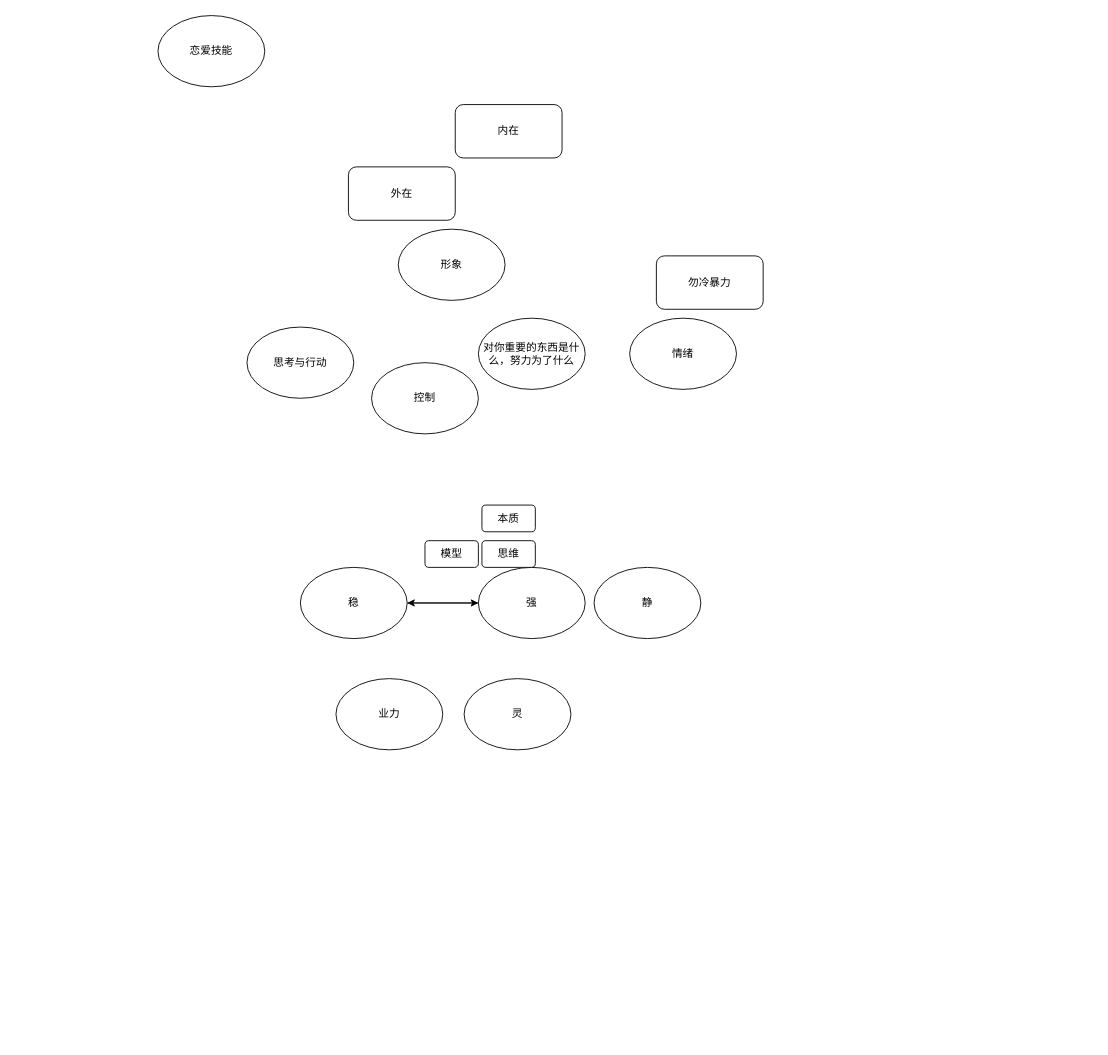
The draw.io diagram menus/第四代模型.drawio in Asamiyaa/microservice-k8s-yun, before the edit. Source tidied: cells renumbered, new cells numbered last; positions are measured from the earlier drawing's top-left corner, leaving out a move shared by most shapes. Both pictures are drawn from the tidied source at 89%, with x=0, y=0 at pixel (158, 15).
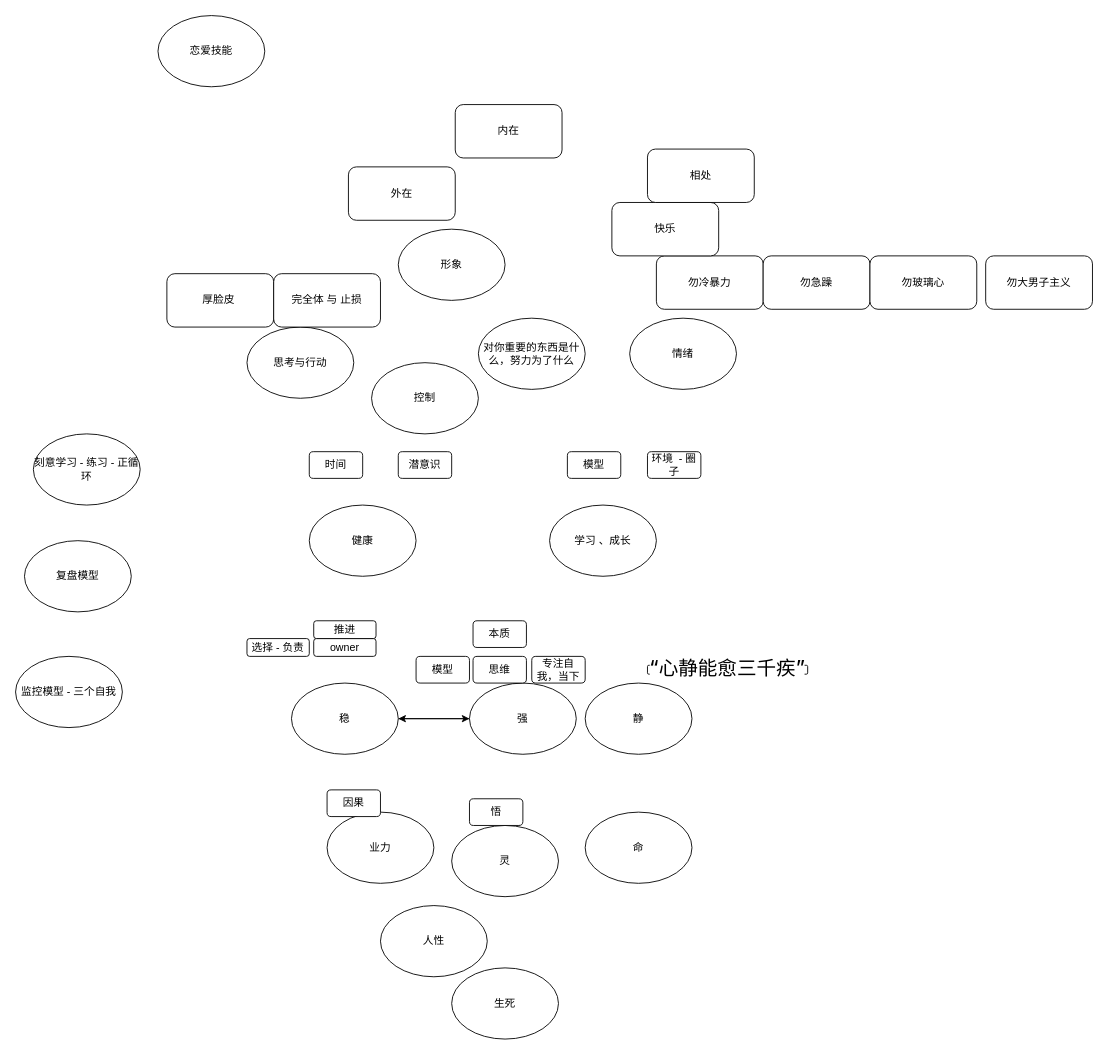
Above is the later version.

Commit message:
更新第四代模型.drawio

What changed in the source:
```diff
@@
     <mxCell id="6" value="稳&lt;br&gt;" style="ellipse;whiteSpace=wrap;html=1;" parent="1" vertex="1">
-      <mxGeometry x="160" y="620" width="120" height="80" as="geometry" />
+      <mxGeometry x="150" y="750" width="120" height="80" as="geometry" />
     </mxCell>
@@
     <mxCell id="8" value="强" style="ellipse;whiteSpace=wrap;html=1;" parent="1" vertex="1">
-      <mxGeometry x="360" y="620" width="120" height="80" as="geometry" />
+      <mxGeometry x="350" y="750" width="120" height="80" as="geometry" />
     </mxCell>
     <mxCell id="9" value="静" style="ellipse;whiteSpace=wrap;html=1;" parent="1" vertex="1">
-      <mxGeometry x="490" y="620" width="120" height="80" as="geometry" />
+      <mxGeometry x="480" y="750" width="120" height="80" as="geometry" />
     </mxCell>
     <mxCell id="10" value="灵" style="ellipse;whiteSpace=wrap;html=1;" parent="1" vertex="1">
-      <mxGeometry x="344" y="745" width="120" height="80" as="geometry" />
+      <mxGeometry x="330" y="910" width="120" height="80" as="geometry" />
     </mxCell>
@@
     <mxCell id="17" value="思维" style="rounded=1;whiteSpace=wrap;html=1;" parent="1" vertex="1">
-      <mxGeometry x="364" y="590" width="60" height="30" as="geometry" />
+      <mxGeometry x="354" y="720" width="60" height="30" as="geometry" />
     </mxCell>
     <mxCell id="18" value="模型" style="rounded=1;whiteSpace=wrap;html=1;" parent="1" vertex="1">
-      <mxGeometry x="300" y="590" width="60" height="30" as="geometry" />
+      <mxGeometry x="290" y="720" width="60" height="30" as="geometry" />
     </mxCell>
     <mxCell id="19" value="本质" style="rounded=1;whiteSpace=wrap;html=1;" parent="1" vertex="1">
-      <mxGeometry x="364" y="550" width="60" height="30" as="geometry" />
+      <mxGeometry x="354" y="680" width="60" height="30" as="geometry" />
     </mxCell>
     <mxCell id="20" value="业力" style="ellipse;whiteSpace=wrap;html=1;" parent="1" vertex="1">
-      <mxGeometry x="200" y="745" width="120" height="80" as="geometry" />
+      <mxGeometry x="190" y="895" width="120" height="80" as="geometry" />
     </mxCell>
+    <mxCell id="21" value="命" style="ellipse;whiteSpace=wrap;html=1;" parent="1" vertex="1">
+      <mxGeometry x="480" y="895" width="120" height="80" as="geometry" />
+    </mxCell>
+    <mxCell id="22" value="因果" style="rounded=1;whiteSpace=wrap;html=1;" parent="1" vertex="1">
+      <mxGeometry x="190" y="870" width="60" height="30" as="geometry" />
+    </mxCell>
+    <mxCell id="23" value="时间" style="rounded=1;whiteSpace=wrap;html=1;" parent="1" vertex="1">
+      <mxGeometry x="170" y="490" width="60" height="30" as="geometry" />
+    </mxCell>
+    <mxCell id="24" value="潜意识" style="rounded=1;whiteSpace=wrap;html=1;" parent="1" vertex="1">
+      <mxGeometry x="270" y="490" width="60" height="30" as="geometry" />
+    </mxCell>
+    <mxCell id="25" value="悟" style="rounded=1;whiteSpace=wrap;html=1;" parent="1" vertex="1">
+      <mxGeometry x="350" y="880" width="60" height="30" as="geometry" />
+    </mxCell>
+    <mxCell id="26" value="健康" style="ellipse;whiteSpace=wrap;html=1;" parent="1" vertex="1">
+      <mxGeometry x="170" y="550" width="120" height="80" as="geometry" />
+    </mxCell>
+    <mxCell id="27" value="学习 、成长" style="ellipse;whiteSpace=wrap;html=1;" parent="1" vertex="1">
+      <mxGeometry x="440" y="550" width="120" height="80" as="geometry" />
+    </mxCell>
+    <mxCell id="28" value="生死" style="ellipse;whiteSpace=wrap;html=1;" parent="1" vertex="1">
+      <mxGeometry x="330" y="1070" width="120" height="80" as="geometry" />
+    </mxCell>
+    <mxCell id="29" value="快乐" style="rounded=1;whiteSpace=wrap;html=1;" parent="1" vertex="1">
+      <mxGeometry x="510" y="210" width="120" height="60" as="geometry" />
+    </mxCell>
+    <mxCell id="30" value="勿急躁" style="rounded=1;whiteSpace=wrap;html=1;" parent="1" vertex="1">
+      <mxGeometry x="680" y="270" width="120" height="60" as="geometry" />
+    </mxCell>
+    <mxCell id="31" value="专注自我，当下" style="rounded=1;whiteSpace=wrap;html=1;" parent="1" vertex="1">
+      <mxGeometry x="420" y="720" width="60" height="30" as="geometry" />
+    </mxCell>
+    <mxCell id="32" value="&lt;h1 style=&quot;margin: 0px 0px 6px; color: var(--text1); font-weight: 500; padding: 0px; font-size: 22px; font-family: -apple-system, BlinkMacSystemFont, &amp;quot;Helvetica Neue&amp;quot;, Helvetica, Arial, &amp;quot;PingFang SC&amp;quot;, &amp;quot;Hiragino Sans GB&amp;quot;, &amp;quot;Microsoft YaHei&amp;quot;, sans-serif; -webkit-font-smoothing: antialiased; line-height: 34px; overflow: hidden; text-overflow: ellipsis; text-align: start; background-color: rgb(255, 255, 255);&quot; class=&quot;video-title tit&quot; title=&quot;“心静能愈三千疾”&quot;&gt;&lt;font&gt;“心静能愈三千疾”&lt;/font&gt;&lt;/h1&gt;" style="rounded=1;whiteSpace=wrap;html=1;" parent="1" vertex="1">
+      <mxGeometry x="550" y="730" width="180" height="10" as="geometry" />
+    </mxCell>
+    <mxCell id="33" value="勿玻璃心" style="rounded=1;whiteSpace=wrap;html=1;" parent="1" vertex="1">
+      <mxGeometry x="800" y="270" width="120" height="60" as="geometry" />
+    </mxCell>
+    <mxCell id="34" value="勿大男子主义" style="rounded=1;whiteSpace=wrap;html=1;" parent="1" vertex="1">
+      <mxGeometry x="930" y="270" width="120" height="60" as="geometry" />
+    </mxCell>
+    <mxCell id="35" value="相处" style="rounded=1;whiteSpace=wrap;html=1;" parent="1" vertex="1">
+      <mxGeometry x="550" y="150" width="120" height="60" as="geometry" />
+    </mxCell>
+    <mxCell id="36" value="监控模型 - 三个自我" style="ellipse;whiteSpace=wrap;html=1;" parent="1" vertex="1">
+      <mxGeometry x="-160" y="720" width="120" height="80" as="geometry" />
+    </mxCell>
+    <mxCell id="37" value="复盘模型" style="ellipse;whiteSpace=wrap;html=1;" parent="1" vertex="1">
+      <mxGeometry x="-150" y="590" width="120" height="80" as="geometry" />
+    </mxCell>
+    <mxCell id="38" value="刻意学习 - 练习 - 正循环" style="ellipse;whiteSpace=wrap;html=1;" parent="1" vertex="1">
+      <mxGeometry x="-140" y="470" width="120" height="80" as="geometry" />
+    </mxCell>
+    <mxCell id="39" value="厚脸皮&amp;nbsp;" style="rounded=1;whiteSpace=wrap;html=1;" parent="1" vertex="1">
+      <mxGeometry x="10" y="290" width="120" height="60" as="geometry" />
+    </mxCell>
+    <mxCell id="40" value="完全体 与 止损" style="rounded=1;whiteSpace=wrap;html=1;" parent="1" vertex="1">
+      <mxGeometry x="130" y="290" width="120" height="60" as="geometry" />
+    </mxCell>
+    <mxCell id="41" value="选择 - 负责" style="rounded=1;whiteSpace=wrap;html=1;" parent="1" vertex="1">
+      <mxGeometry x="100" y="700" width="70" height="20" as="geometry" />
+    </mxCell>
+    <mxCell id="42" value="模型" style="rounded=1;whiteSpace=wrap;html=1;" parent="1" vertex="1">
+      <mxGeometry x="460" y="490" width="60" height="30" as="geometry" />
+    </mxCell>
+    <mxCell id="43" value="环境&amp;nbsp; - 圈子" style="rounded=1;whiteSpace=wrap;html=1;" parent="1" vertex="1">
+      <mxGeometry x="550" y="490" width="60" height="30" as="geometry" />
+    </mxCell>
+    <mxCell id="44" value="人性" style="ellipse;whiteSpace=wrap;html=1;" parent="1" vertex="1">
+      <mxGeometry x="250" y="1000" width="120" height="80" as="geometry" />
+    </mxCell>
+    <mxCell id="45" value="owner" style="rounded=1;whiteSpace=wrap;html=1;" parent="1" vertex="1">
+      <mxGeometry x="175" y="700" width="70" height="20" as="geometry" />
+    </mxCell>
+    <mxCell id="46" value="推进" style="rounded=1;whiteSpace=wrap;html=1;" parent="1" vertex="1">
+      <mxGeometry x="175" y="680" width="70" height="20" as="geometry" />
+    </mxCell>
```
